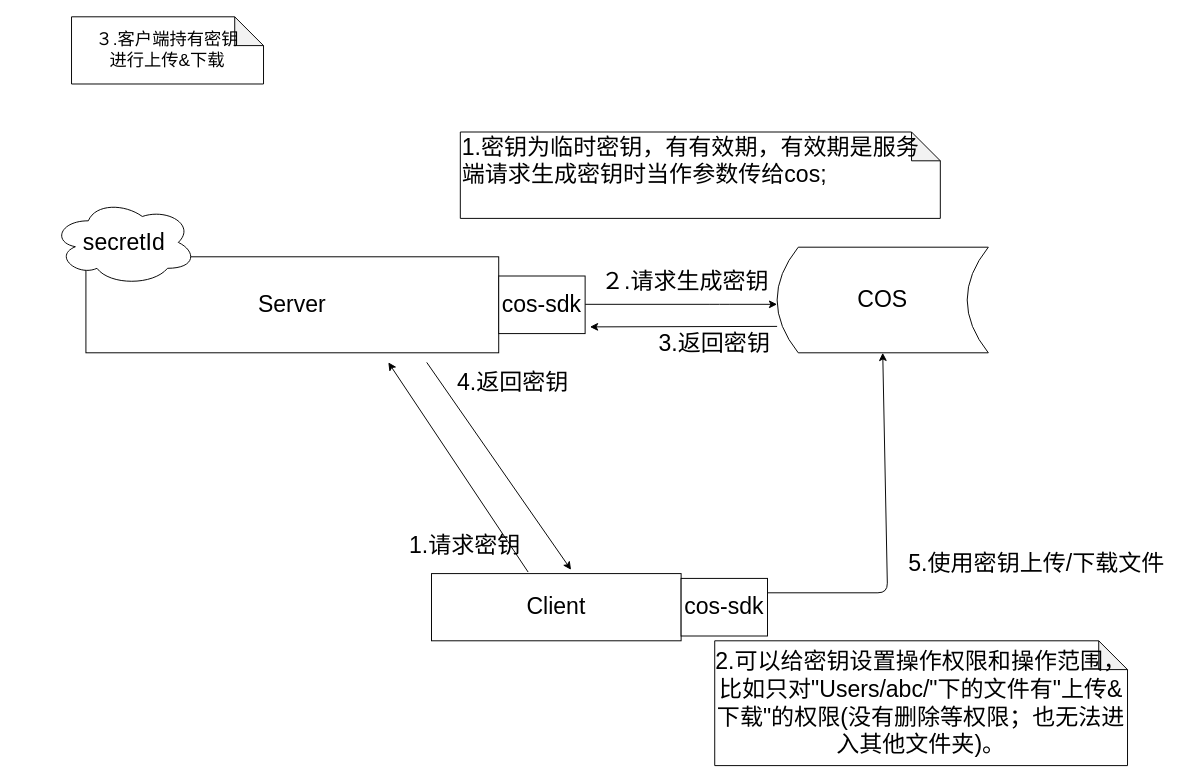
Above: dms-架构图3.drawio in logxxx/Something (draw.io), before the change. Source tidied: cells renumbered, new cells numbered last; positions are measured from the earlier drawing's top-left corner, leaving out a move shared by most shapes. Both pictures are drawn from the tidied source at 96%, with x=0, y=0 at pixel (52, 16).
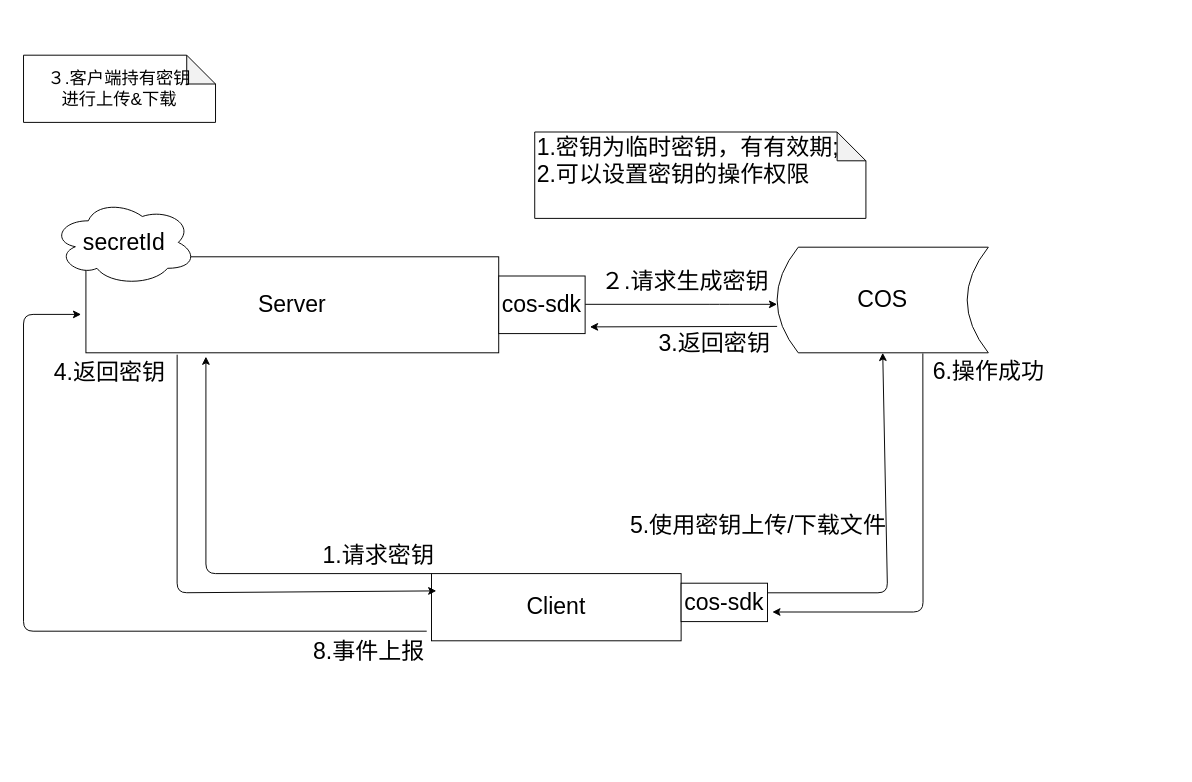
Above is the later version.

Unchanged cells that the change refers to:
```xml
<mxCell id="2" value="&lt;font style=&quot;font-size: 24px&quot;&gt;Server&lt;/font&gt;" style="rounded=0;whiteSpace=wrap;html=1;" parent="1" vertex="1">
  <mxGeometry x="35" y="250" width="430" height="100" as="geometry" />
</mxCell>
<mxCell id="3" value="&lt;font style=&quot;font-size: 24px&quot;&gt;Client&lt;/font&gt;" style="rounded=0;whiteSpace=wrap;html=1;" parent="1" vertex="1">
  <mxGeometry x="395" y="580" width="260" height="70" as="geometry" />
</mxCell>
<mxCell id="4" value="&lt;font style=&quot;font-size: 24px&quot;&gt;COS&lt;/font&gt;" style="shape=dataStorage;whiteSpace=wrap;html=1;" parent="1" vertex="1">
  <mxGeometry x="755" y="240" width="220" height="110" as="geometry" />
</mxCell>
```

Change to the diagram source:
```diff
@@
     <mxCell id="6" value="&lt;span style=&quot;text-align: center&quot;&gt;&lt;font style=&quot;font-size: 24px&quot;&gt;1.请求密钥&lt;/font&gt;&lt;/span&gt;" style="text;whiteSpace=wrap;html=1;" parent="1" vertex="1">
-      <mxGeometry x="370" y="530" width="210" height="80" as="geometry" />
+      <mxGeometry x="280" y="540" width="210" height="80" as="geometry" />
     </mxCell>
     <mxCell id="7" value="&lt;font style=&quot;font-size: 18px&quot;&gt;３.客户端持有密钥&lt;br&gt;进行上传&amp;amp;下载&lt;br&gt;&lt;/font&gt;" style="shape=note;whiteSpace=wrap;html=1;backgroundOutline=1;darkOpacity=0.05;" parent="1" vertex="1">
-      <mxGeometry x="20" width="200" height="70" as="geometry" />
+      <mxGeometry x="-30" y="40" width="200" height="70" as="geometry" />
     </mxCell>
@@
-    <mxCell id="11" style="endArrow=classic;html=1;exitX=0.387;exitY=-0.023;exitDx=0;exitDy=0;exitPerimeter=0;" parent="1" edge="1" source="3">
+    <mxCell id="11" style="endArrow=classic;html=1;exitX=0;exitY=0;exitDx=0;exitDy=0;" parent="1" edge="1" source="3">
       <mxGeometry relative="1" as="geometry">
-        <mxPoint x="350" y="360" as="targetPoint" />
+        <mxPoint x="160" y="354" as="targetPoint" />
+        <Array as="points">
+          <mxPoint x="160" y="580" />
+        </Array>
       </mxGeometry>
     </mxCell>
@@
-    <mxCell id="14" style="endArrow=classic;html=1;entryX=0.559;entryY=-0.057;entryDx=0;entryDy=0;entryPerimeter=0;" parent="1" edge="1" target="3">
+    <mxCell id="14" style="endArrow=classic;html=1;exitX=0.221;exitY=1.02;exitDx=0;exitDy=0;exitPerimeter=0;" parent="1" edge="1" source="2">
       <mxGeometry relative="1" as="geometry">
-        <mxPoint x="390" y="360" as="sourcePoint" />
+        <mxPoint x="400" y="598" as="targetPoint" />
+        <Array as="points">
+          <mxPoint x="130" y="600" />
+        </Array>
       </mxGeometry>
     </mxCell>
     <mxCell id="15" value="&lt;span style=&quot;text-align: center&quot;&gt;&lt;font style=&quot;font-size: 24px&quot;&gt;4.返回密钥&lt;/font&gt;&lt;/span&gt;" style="text;whiteSpace=wrap;html=1;" parent="1" vertex="1">
-      <mxGeometry x="420" y="360" width="210" height="80" as="geometry" />
+      <mxGeometry y="350" width="210" height="80" as="geometry" />
     </mxCell>
     <mxCell id="16" value="&lt;font style=&quot;font-size: 24px&quot;&gt;cos-sdk&lt;/font&gt;" style="rounded=0;whiteSpace=wrap;html=1;" parent="1" vertex="1">
-      <mxGeometry x="655" y="585" width="90" height="60" as="geometry" />
+      <mxGeometry x="655" y="590" width="90" height="40" as="geometry" />
     </mxCell>
@@
     <mxCell id="18" value="&lt;font style=&quot;font-size: 24px&quot;&gt;5.使用密钥上传/下载文件&lt;/font&gt;" style="text;html=1;align=center;verticalAlign=middle;" parent="1" vertex="1">
-      <mxGeometry x="880" y="560" width="290" height="20" as="geometry" />
+      <mxGeometry x="590" y="520" width="290" height="20" as="geometry" />
     </mxCell>
-    <mxCell id="19" value="&lt;font style=&quot;font-size: 24px&quot;&gt;1.密钥为临时密钥，有有效期，有效期是服务端请求生成密钥时当作参数传给cos;&lt;br&gt;&lt;br&gt;&lt;/font&gt;" style="shape=note;whiteSpace=wrap;html=1;backgroundOutline=1;darkOpacity=0.05;align=left;" parent="1" vertex="1">
-      <mxGeometry x="425" y="120" width="500" height="90" as="geometry" />
+    <mxCell id="19" value="&lt;font style=&quot;font-size: 24px&quot;&gt;1.密钥为临时密钥，有有效期;&lt;br&gt;2.可以设置密钥的操作权限&lt;br&gt;&lt;br&gt;&lt;/font&gt;" style="shape=note;whiteSpace=wrap;html=1;backgroundOutline=1;darkOpacity=0.05;align=left;" parent="1" vertex="1">
+      <mxGeometry x="502.5" y="120" width="345" height="90" as="geometry" />
     </mxCell>
-    <mxCell id="20" value="&lt;span style=&quot;font-size: 24px ; text-align: left&quot;&gt;2.可以给密钥设置操作权限和操作范围，比如只对&quot;Users/abc/&quot;下的文件有&quot;上传&amp;amp;下载&quot;的权限(没有删除等权限；也无法进入其他文件夹)。&lt;/span&gt;" style="shape=note;whiteSpace=wrap;html=1;backgroundOutline=1;darkOpacity=0.05;" parent="1" vertex="1">
-      <mxGeometry x="690" y="650" width="430" height="130" as="geometry" />
-    </mxCell>
+    <mxCell id="21" style="endArrow=classic;html=1;" parent="1" edge="1">
+      <mxGeometry relative="1" as="geometry">
+        <mxPoint x="390" y="640" as="sourcePoint" />
+        <mxPoint x="30" y="310" as="targetPoint" />
+        <Array as="points">
+          <mxPoint x="-30" y="640" />
+          <mxPoint x="-30" y="310" />
+        </Array>
+      </mxGeometry>
+    </mxCell>
+    <mxCell id="22" value="&lt;div style=&quot;text-align: center&quot;&gt;&lt;span style=&quot;font-size: 24px&quot;&gt;8.事件上报&lt;/span&gt;&lt;/div&gt;" style="text;whiteSpace=wrap;html=1;" parent="1" vertex="1">
+      <mxGeometry x="270" y="640" width="210" height="80" as="geometry" />
+    </mxCell>
+    <mxCell id="23" style="endArrow=classic;html=1;exitX=0.69;exitY=1.006;exitDx=0;exitDy=0;exitPerimeter=0;" parent="1" edge="1" source="4">
+      <mxGeometry relative="1" as="geometry">
+        <mxPoint x="750" y="620" as="targetPoint" />
+        <Array as="points">
+          <mxPoint x="907" y="620" />
+        </Array>
+      </mxGeometry>
+    </mxCell>
+    <mxCell id="24" value="&lt;font style=&quot;font-size: 24px&quot;&gt;6.操作成功&lt;/font&gt;" style="text;html=1;align=center;verticalAlign=middle;" parent="1" vertex="1">
+      <mxGeometry x="910" y="360" width="130" height="20" as="geometry" />
+    </mxCell>
```
